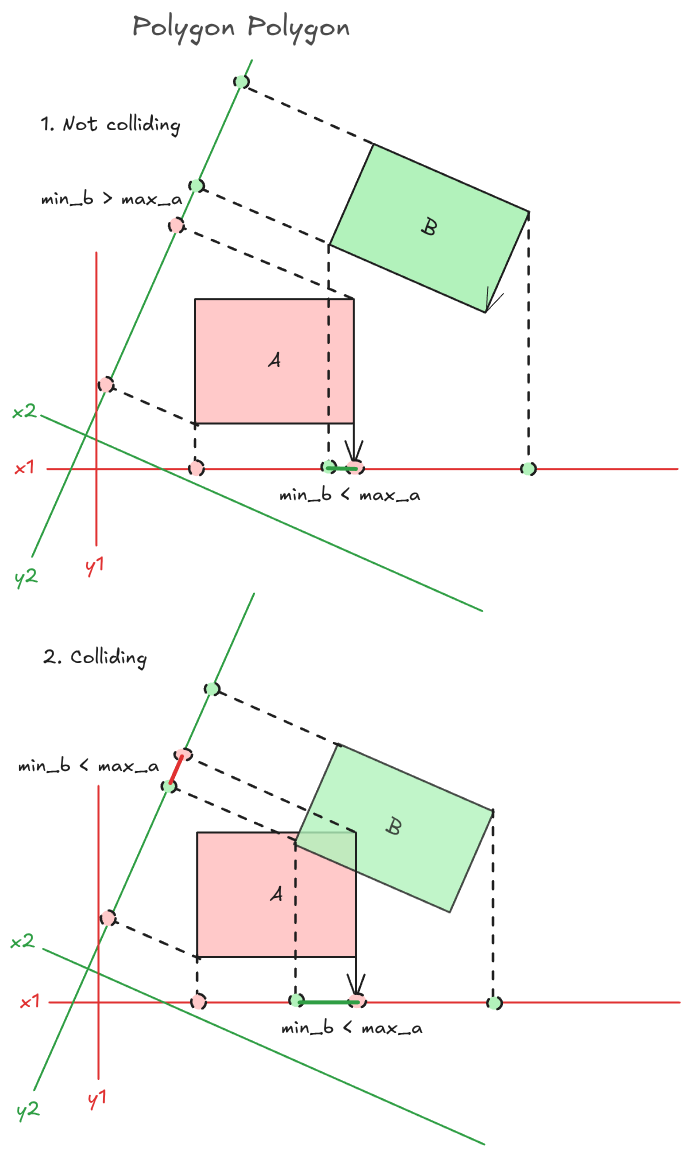
Earlier version of the Excalidraw export readme/sat.excalidraw.png (OskarMihalik/physics_2D). Source tidied: one line per element, renumbered; positions are measured from the earlier drawing's top-left corner, leaving out a move shared by most shapes.
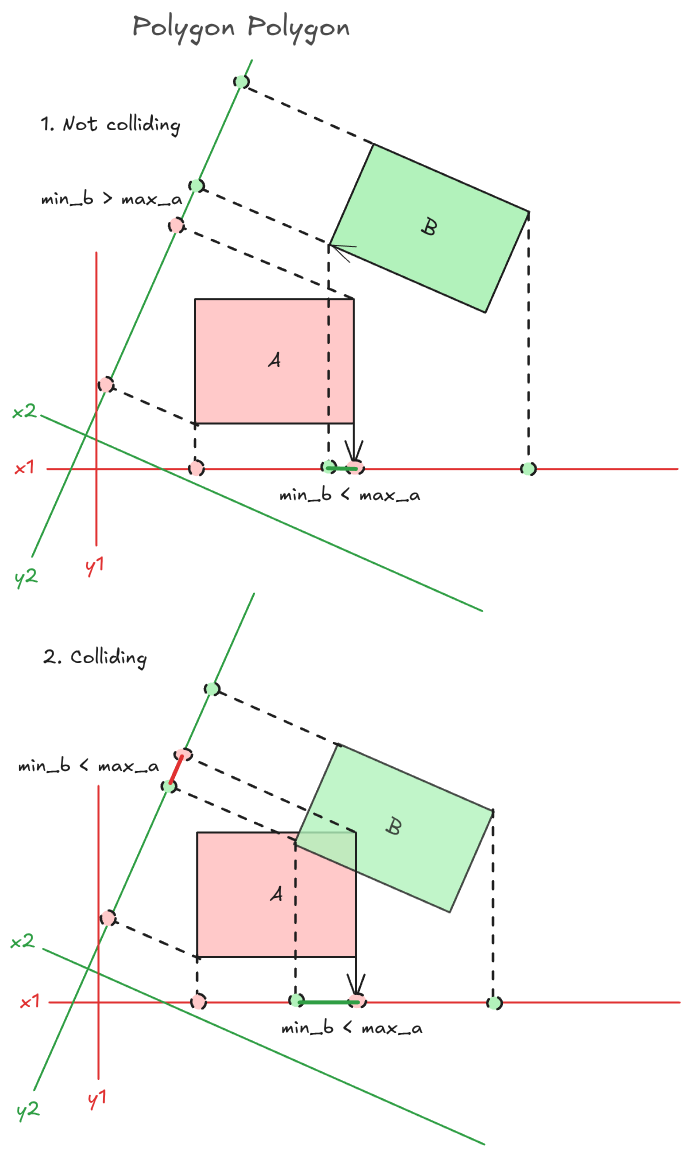
The same diagram one commit later.

Change to the diagram source:
```diff
@@ -13,7 +13,7 @@
 {"id": 12, "type": "ellipse", "strokeColor": "#1e1e1e", "backgroundColor": "#b2f2bb", "fillStyle": "solid", "strokeWidth": 2, "strokeStyle": "dashed", "roughness": 0, "x": 511, "y": 452, "width": 15, "height": 13}
 {"id": 13, "type": "text", "text": "1. Not colliding", "strokeColor": "#1e1e1e", "backgroundColor": "#b2f2bb", "fillStyle": "solid", "strokeWidth": 2, "strokeStyle": "dashed", "roughness": 0, "fontSize": 20, "fontFamily": 5, "x": 31, "y": 102, "width": 140, "height": 25}
 {"id": 14, "type": "line", "strokeColor": "#2f9e44", "strokeWidth": 4, "roughness": 0, "x": 318, "y": 458, "width": 28, "height": 1, "points": [[0, 0], [28, 1]]}
-{"id": 15, "type": "arrow", "strokeColor": "#1e1e1e", "strokeWidth": 1, "roughness": 0, "endArrowhead": "arrow", "round": true, "from": 2, "to": 2, "x": 516, "y": 211, "width": 39, "height": 90, "points": [[0, 0], [-39, 90]]}
+{"id": 15, "type": "arrow", "strokeColor": "#1e1e1e", "strokeWidth": 1, "roughness": 0, "endArrowhead": "arrow", "round": true, "from": 2, "x": 473, "y": 302, "width": 152, "height": 67, "points": [[0, 0], [-152, -67]]}
 {"id": 16, "type": "line", "strokeColor": "#2f9e44", "strokeWidth": 2, "roughness": 0, "x": 31, "y": 405, "width": 441, "height": 196, "points": [[0, 0], [441, 196]]}
 {"id": 17, "type": "line", "strokeColor": "#2f9e44", "strokeWidth": 2, "roughness": 0, "x": 242, "y": 50, "width": 220, "height": 497, "points": [[0, 0], [-220, 497]]}
 {"id": 18, "type": "line", "strokeColor": "#e03131", "strokeWidth": 2, "roughness": 0, "x": 86, "y": 242, "width": 0, "height": 293, "points": [[0, 0], [0, 293]]}
```
